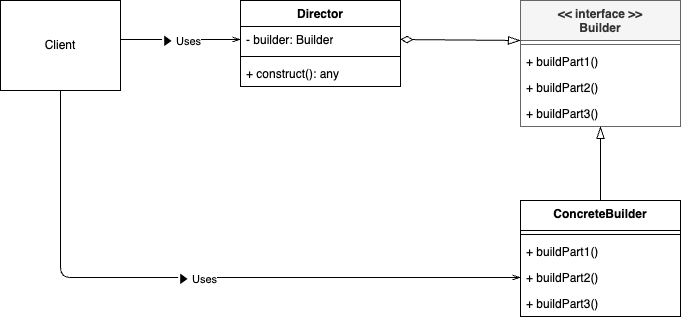
Earlier version of the draw.io export docs/builder/assets/class-diagram.drawio.png (sh-yamaga/design-patterns-go). Source tidied: cells renumbered, new cells last; positions are measured from the earlier drawing's top-left corner, leaving out a move shared by most shapes.
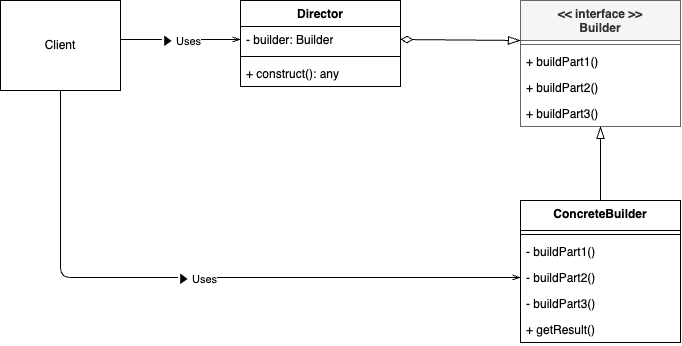
After the commit.

Commit message:
[fix]#builder_fix ConcreteBuilder method

Diff of the diagram source:
```diff
@@ -30,20 +30,23 @@
       <mxGeometry y="100" width="160" height="26" as="geometry" />
     </mxCell>
     <mxCell id="11" value="ConcreteBuilder" style="swimlane;fontStyle=1;align=center;verticalAlign=top;horizontal=1;startSize=30;whiteSpace=wrap;html=1;" parent="1" vertex="1">
-      <mxGeometry x="520" y="200" width="160" height="116" as="geometry" />
+      <mxGeometry x="520" y="200" width="160" height="142" as="geometry" />
     </mxCell>
     <mxCell id="12" style="line;strokeWidth=1;fillColor=none;align=left;verticalAlign=middle;spacingTop=-1;spacingLeft=3;spacingRight=3;labelPosition=right;strokeColor=inherit;" parent="11" vertex="1">
       <mxGeometry y="30" width="160" height="8" as="geometry" />
     </mxCell>
-    <mxCell id="13" value="+ buildPart1()" style="text;strokeColor=none;fillColor=none;align=left;verticalAlign=top;spacingLeft=4;spacingRight=4;overflow=hidden;whiteSpace=wrap;html=1;" parent="11" vertex="1">
+    <mxCell id="13" value="- buildPart1()" style="text;strokeColor=none;fillColor=none;align=left;verticalAlign=top;spacingLeft=4;spacingRight=4;overflow=hidden;whiteSpace=wrap;html=1;" parent="11" vertex="1">
       <mxGeometry y="38" width="160" height="26" as="geometry" />
     </mxCell>
-    <mxCell id="14" value="+ buildPart2()" style="text;strokeColor=none;fillColor=none;align=left;verticalAlign=top;spacingLeft=4;spacingRight=4;overflow=hidden;points=[[0,0.5],[1,0.5]];portConstraint=eastwest;whiteSpace=wrap;html=1;" parent="11" vertex="1">
+    <mxCell id="14" value="- buildPart2()" style="text;strokeColor=none;fillColor=none;align=left;verticalAlign=top;spacingLeft=4;spacingRight=4;overflow=hidden;points=[[0,0.5],[1,0.5]];portConstraint=eastwest;whiteSpace=wrap;html=1;" parent="11" vertex="1">
       <mxGeometry y="64" width="160" height="26" as="geometry" />
     </mxCell>
-    <mxCell id="15" value="+ buildPart3()" style="text;strokeColor=none;fillColor=none;align=left;verticalAlign=top;spacingLeft=4;spacingRight=4;overflow=hidden;whiteSpace=wrap;html=1;" parent="11" vertex="1">
+    <mxCell id="15" value="- buildPart3()" style="text;strokeColor=none;fillColor=none;align=left;verticalAlign=top;spacingLeft=4;spacingRight=4;overflow=hidden;whiteSpace=wrap;html=1;" parent="11" vertex="1">
       <mxGeometry y="90" width="160" height="26" as="geometry" />
     </mxCell>
+    <mxCell id="23" value="+ getResult()" style="text;strokeColor=none;fillColor=none;align=left;verticalAlign=top;spacingLeft=4;spacingRight=4;overflow=hidden;whiteSpace=wrap;html=1;" parent="11" vertex="1">
+      <mxGeometry y="116" width="160" height="26" as="geometry" />
+    </mxCell>
     <mxCell id="16" value="Client" style="rounded=0;whiteSpace=wrap;html=1;" parent="1" vertex="1">
       <mxGeometry width="120" height="90" as="geometry" />
     </mxCell>
```
